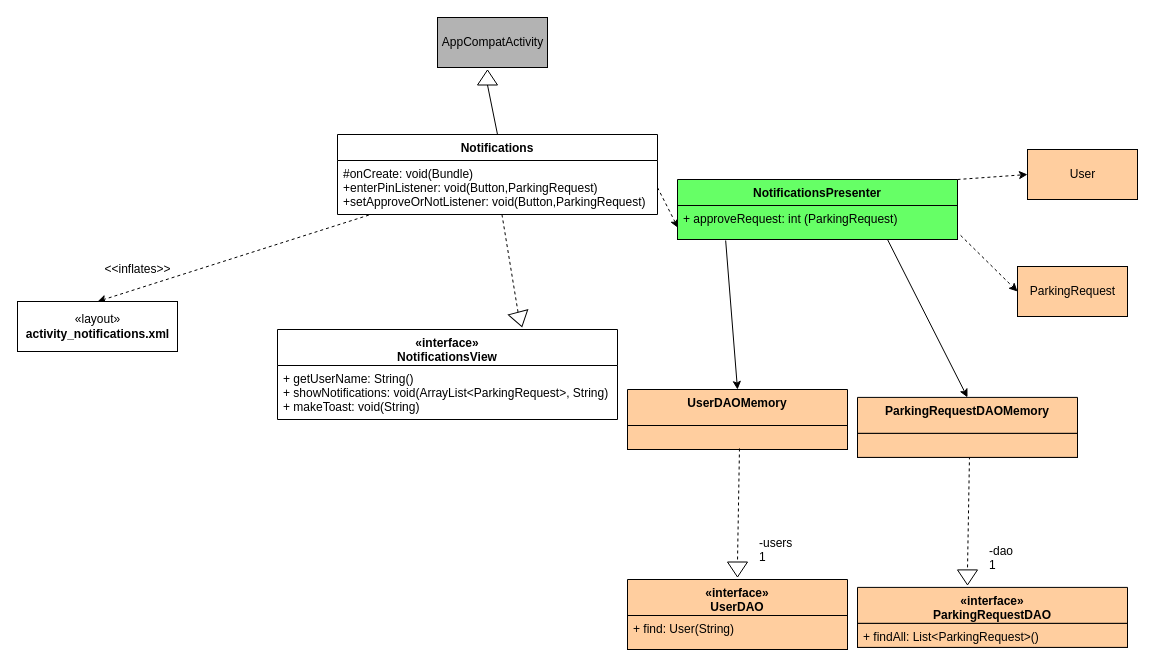
Earlier version of the draw.io diagram R4_Diagrams/Class Diagrams/ParkingRequestNotificationCD.drawio (ntinouldinho/Parking-App). Source tidied: cells renumbered, new cells numbered last; positions are measured from the earlier drawing's top-left corner, leaving out a move shared by most shapes. Both pictures are drawn from the tidied source at 100%, with x=0, y=0 at pixel (17, 17).
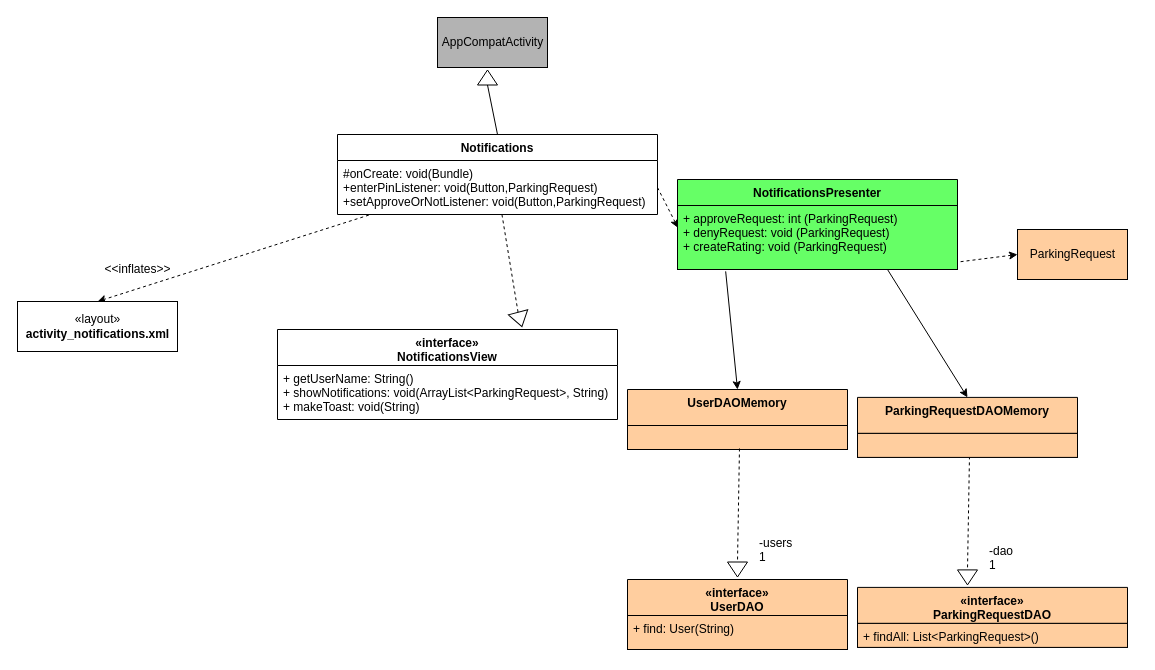
After the change.

What changed in the source:
```diff
@@
     <mxCell id="10" value="NotificationsPresenter" style="swimlane;fontStyle=1;align=center;verticalAlign=top;horizontal=1;startSize=26;strokeColor=#000000;fillColor=#66FF66;gradientColor=none;" parent="1" vertex="1">
-      <mxGeometry x="660" y="162" width="280" height="60" as="geometry" />
+      <mxGeometry x="660" y="162" width="280" height="90" as="geometry" />
     </mxCell>
-    <mxCell id="11" value="+ approveRequest: int (ParkingRequest)" style="text;strokeColor=#000000;fillColor=#66FF66;align=left;verticalAlign=top;spacingLeft=4;spacingRight=4;overflow=hidden;points=[[0,0.5],[1,0.5]];portConstraint=eastwest;gradientColor=none;" parent="10" vertex="1">
-      <mxGeometry y="26" width="280" height="34" as="geometry" />
+    <mxCell id="11" value="+ approveRequest: int (ParkingRequest)&#10;+ denyRequest: void (ParkingRequest)&#10;+ createRating: void (ParkingRequest)" style="text;strokeColor=#000000;fillColor=#66FF66;align=left;verticalAlign=top;spacingLeft=4;spacingRight=4;overflow=hidden;points=[[0,0.5],[1,0.5]];portConstraint=eastwest;gradientColor=none;" parent="10" vertex="1">
+      <mxGeometry y="26" width="280" height="64" as="geometry" />
     </mxCell>
@@
-    <mxCell id="13" style="endArrow=classic;html=1;exitX=1;exitY=0;exitDx=0;exitDy=0;dashed=1;entryX=0;entryY=0.5;entryDx=0;entryDy=0;" parent="1" edge="1" source="10" target="15">
-      <mxGeometry relative="1" as="geometry" />
-    </mxCell>
@@
-    <mxCell id="15" value="User" style="html=1;strokeColor=#000000;fillColor=#FFCE9F;gradientColor=none;" parent="1" vertex="1">
-      <mxGeometry x="1010" y="132" width="110" height="50" as="geometry" />
-    </mxCell>
     <mxCell id="16" value="ParkingRequest" style="html=1;strokeColor=#000000;fillColor=#FFCE9F;gradientColor=none;" parent="1" vertex="1">
-      <mxGeometry x="1000" y="249" width="110" height="50" as="geometry" />
+      <mxGeometry x="1000" y="212" width="110" height="50" as="geometry" />
     </mxCell>
```
